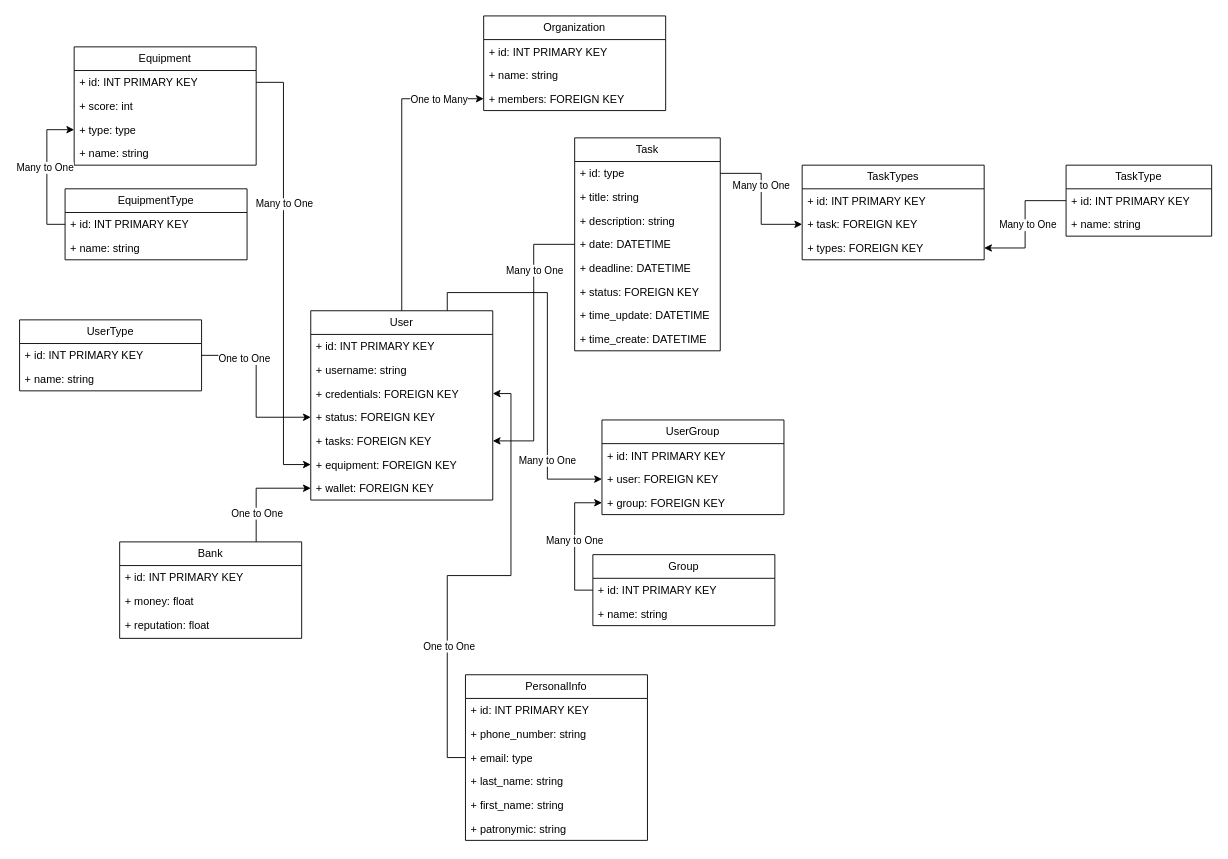
This is LR1Diagram.drawio from NLShiro/BasedDannye, a draw.io file, before an edit. Source tidied: cells renumbered, new cells numbered last; positions are measured from the earlier drawing's top-left corner, leaving out a move shared by most shapes. Both pictures are drawn from the tidied source at 91%, with x=0, y=0 at pixel (19, 15).
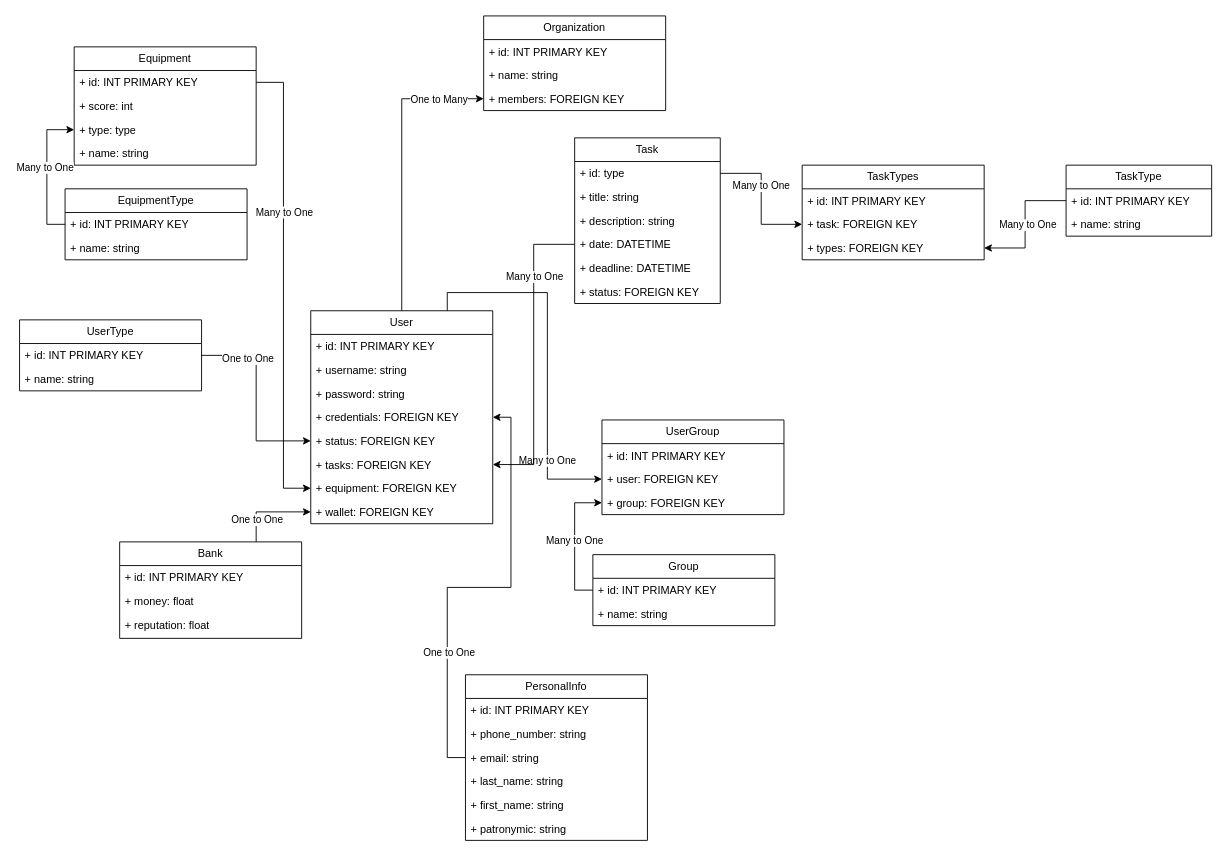
After the change.

The change refers to these unchanged cells:
```xml
<mxCell id="14" value="PersonalInfo" style="swimlane;fontStyle=0;horizontal=1;startSize=26;fillColor=none;whiteSpace=wrap;html=1;" parent="1" vertex="1">
  <mxGeometry x="490" y="724" width="200" height="182" as="geometry" />
</mxCell>
```

What changed in the source:
```diff
@@
     <mxCell id="6" value="User" style="swimlane;fontStyle=0;horizontal=1;startSize=26;fillColor=none;whiteSpace=wrap;html=1;" parent="1" vertex="1">
-      <mxGeometry x="320" y="324" width="200" height="208" as="geometry" />
+      <mxGeometry x="320" y="324" width="200" height="234" as="geometry" />
     </mxCell>
@@
+    <mxCell id="81" value="+ password: string" style="text;strokeColor=none;fillColor=none;align=left;verticalAlign=top;spacingLeft=4;spacingRight=4;overflow=hidden;whiteSpace=wrap;html=1;" parent="6" vertex="1">
+      <mxGeometry y="78" width="200" height="26" as="geometry" />
+    </mxCell>
     <mxCell id="9" value="+ credentials: FOREIGN KEY" style="text;strokeColor=none;fillColor=none;align=left;verticalAlign=top;spacingLeft=4;spacingRight=4;overflow=hidden;points=[[0,0.5],[1,0.5]];portConstraint=eastwest;whiteSpace=wrap;html=1;" parent="6" vertex="1">
-      <mxGeometry y="78" width="200" height="26" as="geometry" />
+      <mxGeometry y="104" width="200" height="26" as="geometry" />
     </mxCell>
     <mxCell id="10" value="+ status: FOREIGN KEY" style="text;strokeColor=none;fillColor=none;align=left;verticalAlign=top;spacingLeft=4;spacingRight=4;overflow=hidden;points=[[0,0.5],[1,0.5]];portConstraint=eastwest;whiteSpace=wrap;html=1;" parent="6" vertex="1">
-      <mxGeometry y="104" width="200" height="26" as="geometry" />
+      <mxGeometry y="130" width="200" height="26" as="geometry" />
     </mxCell>
     <mxCell id="11" value="+ tasks: FOREIGN KEY" style="text;strokeColor=none;fillColor=none;align=left;verticalAlign=top;spacingLeft=4;spacingRight=4;overflow=hidden;points=[[0,0.5],[1,0.5]];portConstraint=eastwest;whiteSpace=wrap;html=1;" parent="6" vertex="1">
-      <mxGeometry y="130" width="200" height="26" as="geometry" />
+      <mxGeometry y="156" width="200" height="26" as="geometry" />
     </mxCell>
     <mxCell id="12" value="+ equipment: FOREIGN KEY" style="text;strokeColor=none;fillColor=none;align=left;verticalAlign=top;spacingLeft=4;spacingRight=4;overflow=hidden;points=[[0,0.5],[1,0.5]];portConstraint=eastwest;whiteSpace=wrap;html=1;" parent="6" vertex="1">
-      <mxGeometry y="156" width="200" height="26" as="geometry" />
+      <mxGeometry y="182" width="200" height="26" as="geometry" />
     </mxCell>
     <mxCell id="13" value="+ wallet: FOREIGN KEY" style="text;strokeColor=none;fillColor=none;align=left;verticalAlign=top;spacingLeft=4;spacingRight=4;overflow=hidden;points=[[0,0.5],[1,0.5]];portConstraint=eastwest;whiteSpace=wrap;html=1;" parent="6" vertex="1">
-      <mxGeometry y="182" width="200" height="26" as="geometry" />
+      <mxGeometry y="208" width="200" height="26" as="geometry" />
     </mxCell>
@@
-    <mxCell id="17" value="+ email: type" style="text;strokeColor=none;fillColor=none;align=left;verticalAlign=top;spacingLeft=4;spacingRight=4;overflow=hidden;points=[[0,0.5],[1,0.5]];portConstraint=eastwest;whiteSpace=wrap;html=1;" parent="14" vertex="1">
+    <mxCell id="17" value="+ email: string" style="text;strokeColor=none;fillColor=none;align=left;verticalAlign=top;spacingLeft=4;spacingRight=4;overflow=hidden;points=[[0,0.5],[1,0.5]];portConstraint=eastwest;whiteSpace=wrap;html=1;" parent="14" vertex="1">
       <mxGeometry y="78" width="200" height="26" as="geometry" />
     </mxCell>
@@
     <mxCell id="24" value="Task" style="swimlane;fontStyle=0;horizontal=1;startSize=26;fillColor=none;whiteSpace=wrap;html=1;" parent="1" vertex="1">
-      <mxGeometry x="610" y="134" width="160" height="234" as="geometry" />
+      <mxGeometry x="610" y="134" width="160" height="182" as="geometry" />
     </mxCell>
@@
-    <mxCell id="31" value="+ time_update:&amp;nbsp;DATETIME" style="text;strokeColor=none;fillColor=none;align=left;verticalAlign=top;spacingLeft=4;spacingRight=4;overflow=hidden;whiteSpace=wrap;html=1;" parent="24" vertex="1">
-      <mxGeometry y="182" width="160" height="26" as="geometry" />
-    </mxCell>
-    <mxCell id="32" value="+ time_create:&amp;nbsp;DATETIME" style="text;strokeColor=none;fillColor=none;align=left;verticalAlign=top;spacingLeft=4;spacingRight=4;overflow=hidden;whiteSpace=wrap;html=1;" parent="24" vertex="1">
-      <mxGeometry y="208" width="160" height="26" as="geometry" />
-    </mxCell>
```
